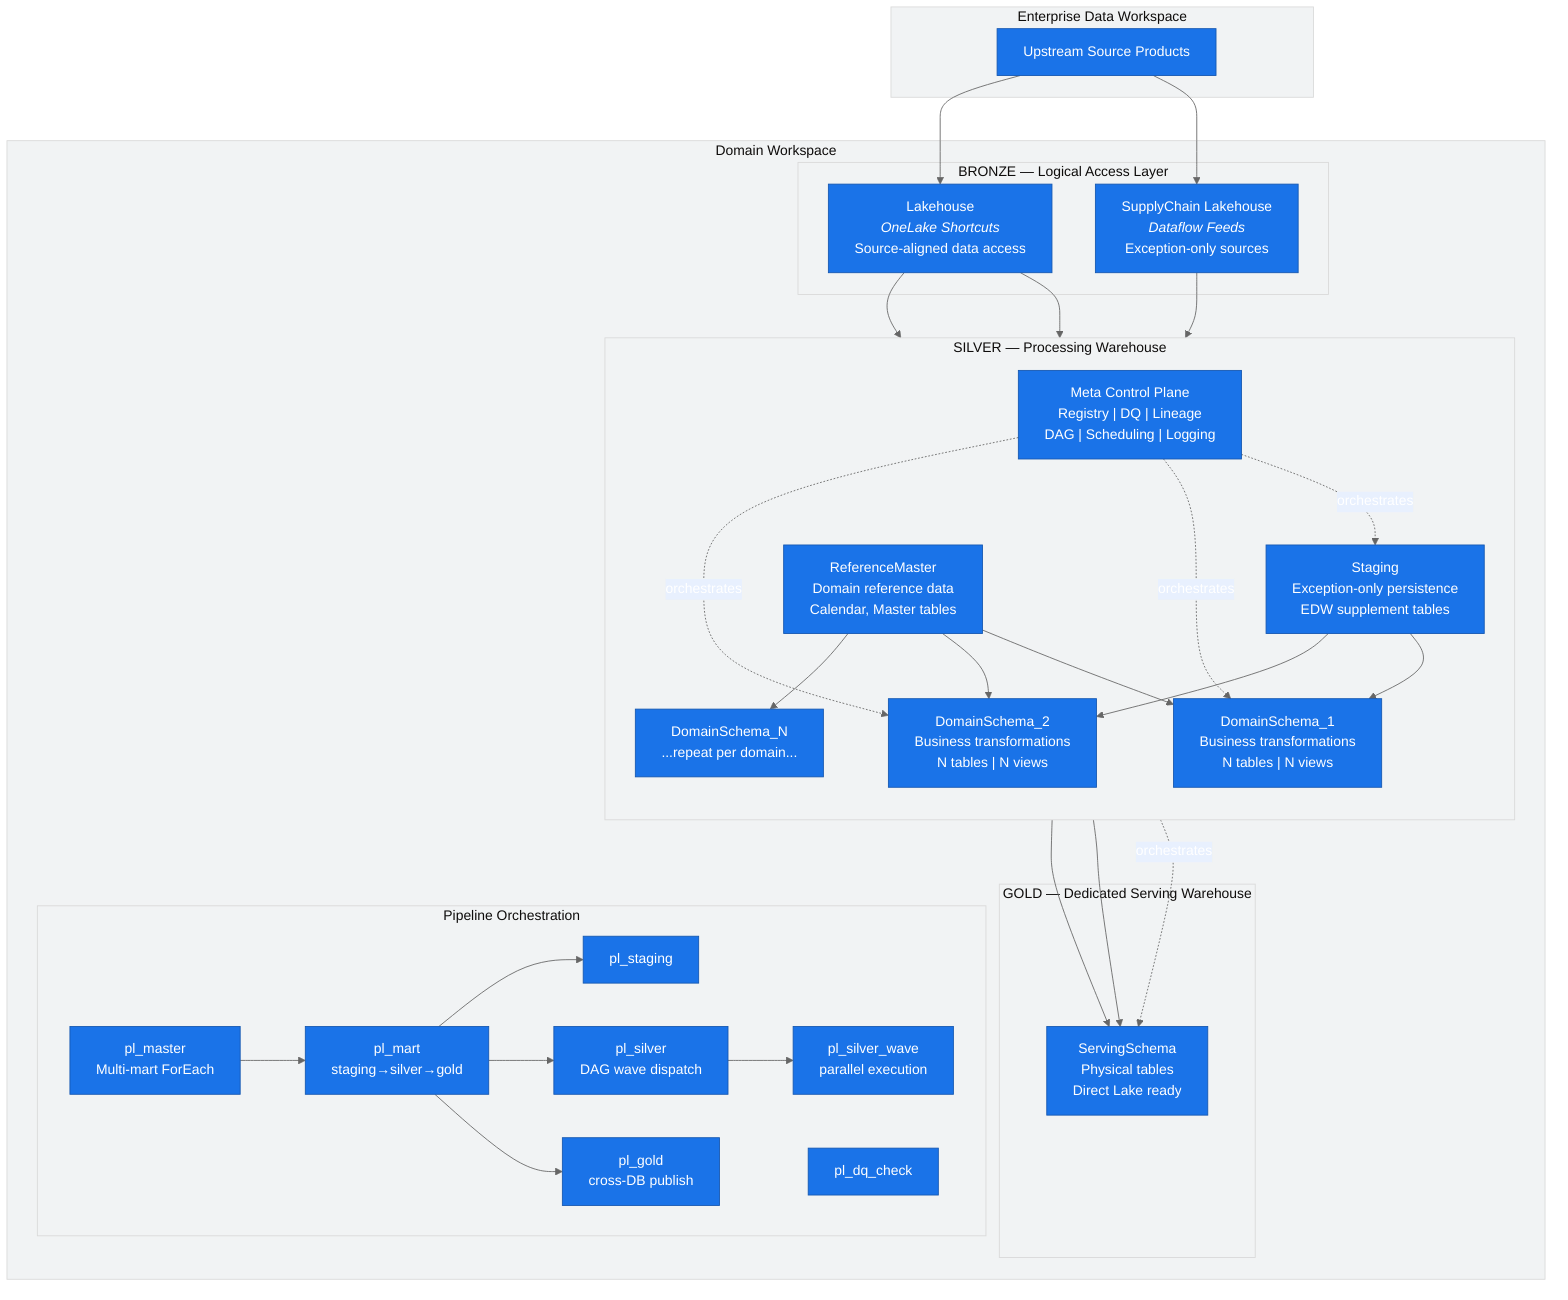
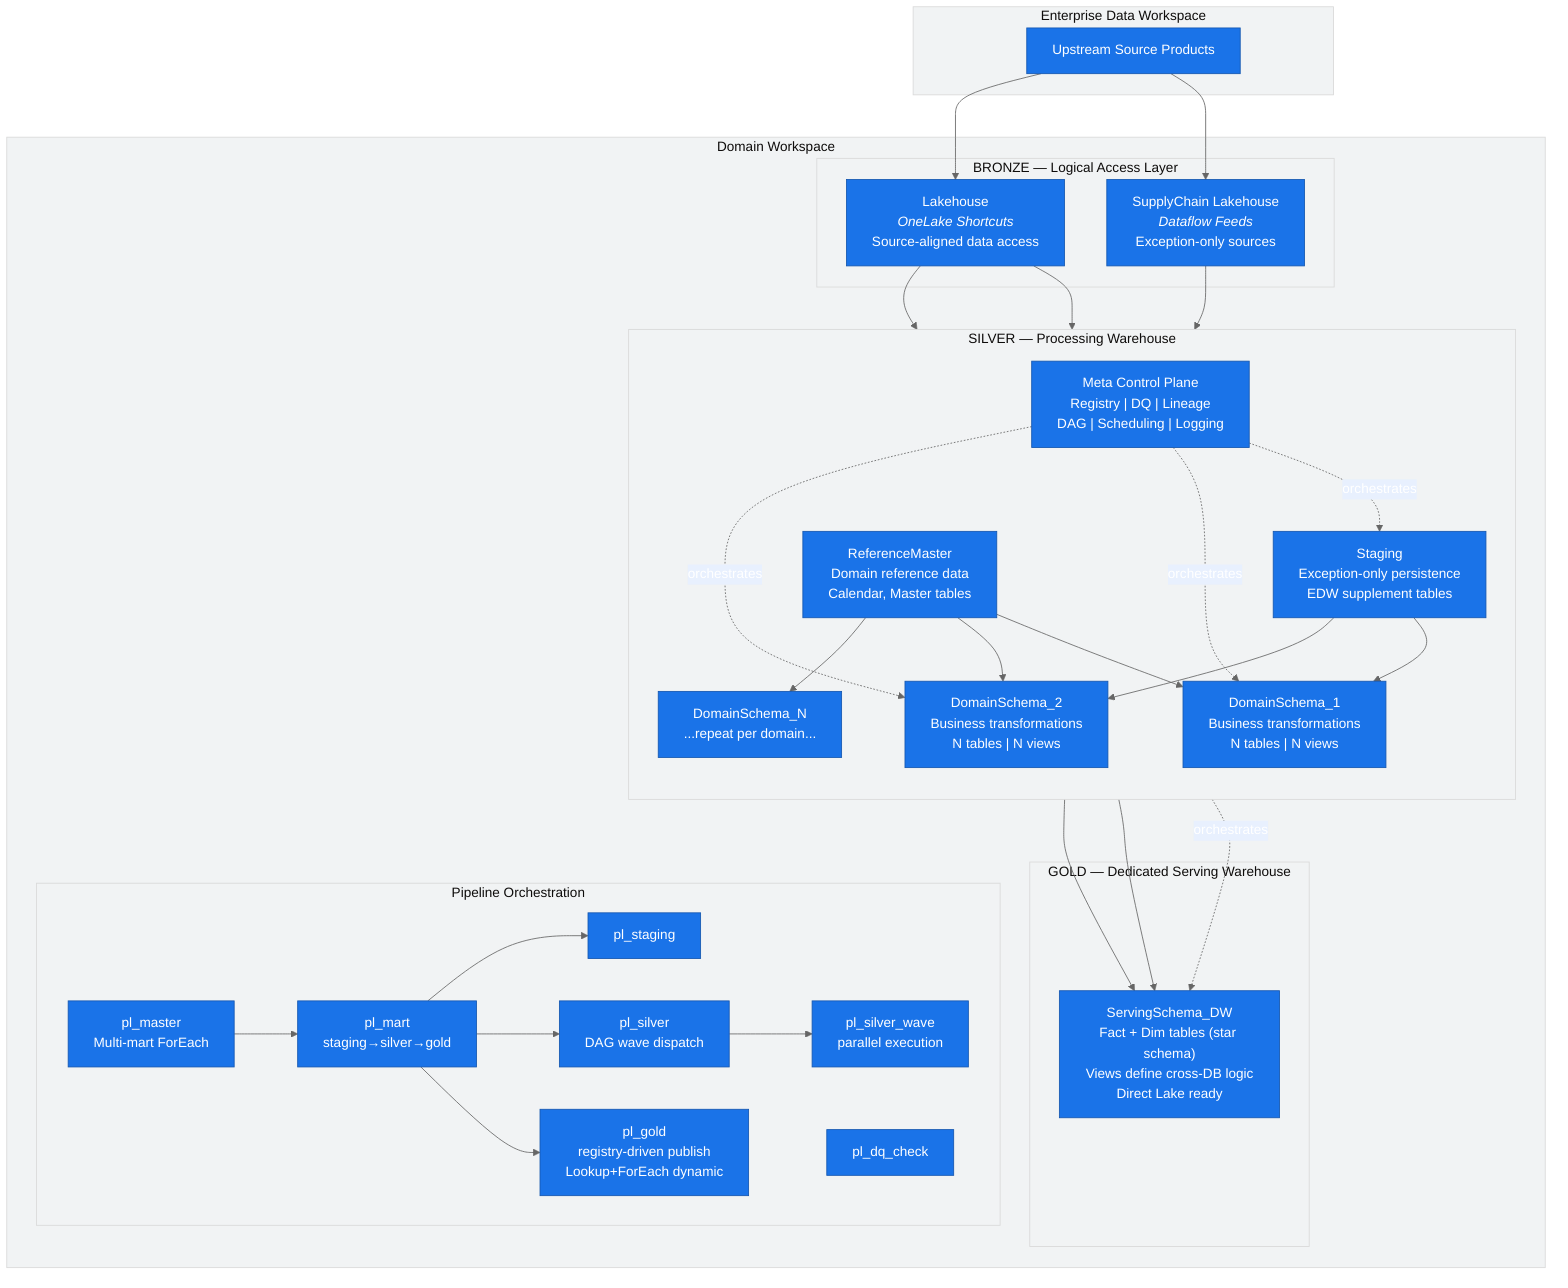
%%{init: {'theme': 'base', 'themeVariables': {'primaryColor': '#1a73e8', 'primaryTextColor': '#fff', 'primaryBorderColor': '#1557b0', 'lineColor': '#666', 'secondaryColor': '#e8f0fe', 'tertiaryColor': '#f1f3f4'}}}%%
flowchart TB
    subgraph EXT["Enterprise Data Workspace"]
        SRC["Upstream Source Products"]
    end

    subgraph WS["Domain Workspace"]
        subgraph BRONZE["BRONZE — Logical Access Layer"]
            EL["Lakehouse<br/><i>OneLake Shortcuts</i><br/>Source-aligned data access"]
            SL["SupplyChain Lakehouse<br/><i>Dataflow Feeds</i><br/>Exception-only sources"]
        end

        subgraph SILVER["SILVER — Processing Warehouse"]
            direction TB
            STG["Staging<br/>Exception-only persistence<br/>EDW supplement tables"]
            REF["ReferenceMaster<br/>Domain reference data<br/>Calendar, Master tables"]
            DOM1["DomainSchema_1<br/>Business transformations<br/>N tables | N views"]
            DOM2["DomainSchema_2<br/>Business transformations<br/>N tables | N views"]
            DOMN["DomainSchema_N<br/>...repeat per domain..."]
            META["Meta Control Plane<br/>Registry | DQ | Lineage<br/>DAG | Scheduling | Logging"]
        end

        subgraph GOLD["GOLD — Dedicated Serving Warehouse"]
-             FA["ServingSchema<br/>Physical tables<br/>Direct Lake ready"]
+             FA["ServingSchema_DW<br/>Fact + Dim tables (star schema)<br/>Views define cross-DB logic<br/>Direct Lake ready"]
        end

        subgraph PIPE["Pipeline Orchestration"]
            PM["pl_master<br/>Multi-mart ForEach"]
            PMT["pl_mart<br/>staging→silver→gold"]
            PS["pl_staging"]
            PSV["pl_silver<br/>DAG wave dispatch"]
            PSW["pl_silver_wave<br/>parallel execution"]
-             PG["pl_gold<br/>cross-DB publish"]
+             PG["pl_gold<br/>registry-driven publish<br/>Lookup+ForEach dynamic"]
            PDQ["pl_dq_check"]
        end
    end

    SRC --> EL
    SRC --> SL
    EL --> STG
    SL --> STG
    EL --> REF
    STG --> DOM1
    STG --> DOM2
    REF --> DOM1
    REF --> DOM2
    REF --> DOMN
    DOM1 --> FA
    DOM2 --> FA
    META -.->|orchestrates| STG
    META -.->|orchestrates| DOM1
    META -.->|orchestrates| DOM2
    META -.->|orchestrates| FA
    PM --> PMT
    PMT --> PS
    PMT --> PSV
    PMT --> PG
    PSV --> PSW
